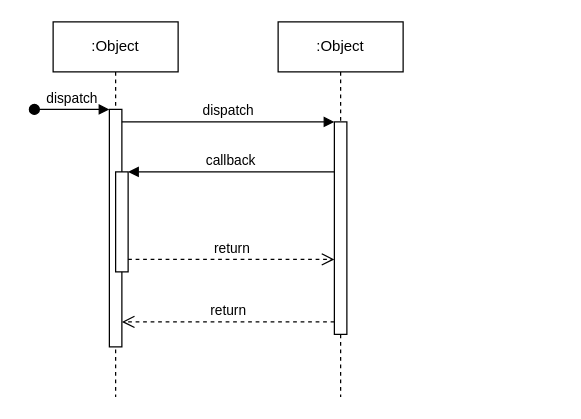
This is membership-system-uml/modern-token-authentication.drawio from doremi31618/Assets, a draw.io file, before an edit. Source tidied: cells renumbered, new cells numbered last; positions are measured from the earlier drawing's top-left corner, leaving out a move shared by most shapes. Both pictures are drawn from the tidied source at 125%, with x=0, y=0 at pixel (34, 21).
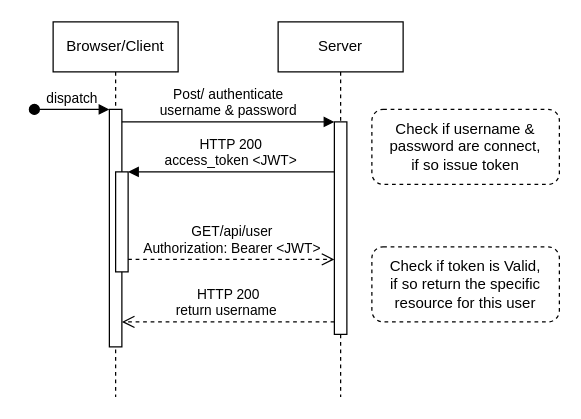
After the change.

What changed in the source:
```diff
@@
 <mxGraphModel>
   <root>
     <mxCell id="0" />
     <mxCell id="1" parent="0" />
-    <mxCell id="2" value=":Object" style="shape=umlLifeline;perimeter=lifelinePerimeter;whiteSpace=wrap;html=1;newEdgeStyle={&quot;edgeStyle&quot;:&quot;elbowEdgeStyle&quot;,&quot;elbow&quot;:&quot;vertical&quot;,&quot;curved&quot;:0,&quot;rounded&quot;:0};" parent="1" vertex="1">
+    <mxCell id="2" value="Browser/Client" style="shape=umlLifeline;perimeter=lifelinePerimeter;whiteSpace=wrap;html=1;newEdgeStyle={&quot;edgeStyle&quot;:&quot;elbowEdgeStyle&quot;,&quot;elbow&quot;:&quot;vertical&quot;,&quot;curved&quot;:0,&quot;rounded&quot;:0};" parent="1" vertex="1">
       <mxGeometry x="15" width="100" height="300" as="geometry" />
     </mxCell>
     <mxCell id="3" style="html=1;points=[];perimeter=orthogonalPerimeter;outlineConnect=0;targetShapes=umlLifeline;portConstraint=eastwest;newEdgeStyle={&quot;edgeStyle&quot;:&quot;elbowEdgeStyle&quot;,&quot;elbow&quot;:&quot;vertical&quot;,&quot;curved&quot;:0,&quot;rounded&quot;:0};" parent="2" vertex="1">
       <mxGeometry x="45" y="70" width="10" height="190" as="geometry" />
     </mxCell>
     <mxCell id="4" value="dispatch" style="html=1;verticalAlign=bottom;startArrow=oval;endArrow=block;startSize=8;edgeStyle=elbowEdgeStyle;elbow=vertical;curved=0;rounded=0;" parent="2" edge="1" target="3">
       <mxGeometry relative="1" as="geometry">
         <mxPoint x="-15" y="70" as="sourcePoint" />
       </mxGeometry>
     </mxCell>
     <mxCell id="5" style="html=1;points=[];perimeter=orthogonalPerimeter;outlineConnect=0;targetShapes=umlLifeline;portConstraint=eastwest;newEdgeStyle={&quot;edgeStyle&quot;:&quot;elbowEdgeStyle&quot;,&quot;elbow&quot;:&quot;vertical&quot;,&quot;curved&quot;:0,&quot;rounded&quot;:0};" parent="2" vertex="1">
       <mxGeometry x="50" y="120" width="10" height="80" as="geometry" />
     </mxCell>
-    <mxCell id="6" value=":Object" style="shape=umlLifeline;perimeter=lifelinePerimeter;whiteSpace=wrap;html=1;newEdgeStyle={&quot;edgeStyle&quot;:&quot;elbowEdgeStyle&quot;,&quot;elbow&quot;:&quot;vertical&quot;,&quot;curved&quot;:0,&quot;rounded&quot;:0};" parent="1" vertex="1">
+    <mxCell id="6" value="Server" style="shape=umlLifeline;perimeter=lifelinePerimeter;whiteSpace=wrap;html=1;newEdgeStyle={&quot;edgeStyle&quot;:&quot;elbowEdgeStyle&quot;,&quot;elbow&quot;:&quot;vertical&quot;,&quot;curved&quot;:0,&quot;rounded&quot;:0};" parent="1" vertex="1">
       <mxGeometry x="195" width="100" height="300" as="geometry" />
     </mxCell>
     <mxCell id="7" style="html=1;points=[];perimeter=orthogonalPerimeter;outlineConnect=0;targetShapes=umlLifeline;portConstraint=eastwest;newEdgeStyle={&quot;edgeStyle&quot;:&quot;elbowEdgeStyle&quot;,&quot;elbow&quot;:&quot;vertical&quot;,&quot;curved&quot;:0,&quot;rounded&quot;:0};" parent="6" vertex="1">
       <mxGeometry x="45" y="80" width="10" height="170" as="geometry" />
     </mxCell>
-    <mxCell id="8" value="dispatch" style="html=1;verticalAlign=bottom;endArrow=block;edgeStyle=elbowEdgeStyle;elbow=vertical;curved=0;rounded=0;" parent="1" edge="1" source="3" target="7">
+    <mxCell id="8" value="Post/ authenticate&lt;br&gt;username &amp;amp; password" style="html=1;verticalAlign=bottom;endArrow=block;edgeStyle=elbowEdgeStyle;elbow=vertical;curved=0;rounded=0;" parent="1" edge="1" source="3" target="7">
       <mxGeometry relative="1" as="geometry">
         <Array as="points">
           <mxPoint x="155" y="80" />
         </Array>
       </mxGeometry>
     </mxCell>
-    <mxCell id="9" value="return" style="html=1;verticalAlign=bottom;endArrow=open;dashed=1;endSize=8;edgeStyle=elbowEdgeStyle;elbow=vertical;curved=0;rounded=0;" parent="1" edge="1" source="7" target="3">
+    <mxCell id="9" value="HTTP 200&lt;br&gt;return username&amp;nbsp;" style="html=1;verticalAlign=bottom;endArrow=open;dashed=1;endSize=8;edgeStyle=elbowEdgeStyle;elbow=vertical;curved=0;rounded=0;" parent="1" edge="1" source="7" target="3">
       <mxGeometry relative="1" as="geometry">
         <Array as="points">
           <mxPoint x="165" y="240" />
         </Array>
       </mxGeometry>
     </mxCell>
-    <mxCell id="10" value="callback" style="html=1;verticalAlign=bottom;endArrow=block;edgeStyle=elbowEdgeStyle;elbow=vertical;curved=0;rounded=0;" parent="1" edge="1" source="7" target="5">
+    <mxCell id="10" value="HTTP 200&lt;br&gt;access_token &amp;lt;JWT&amp;gt;" style="html=1;verticalAlign=bottom;endArrow=block;edgeStyle=elbowEdgeStyle;elbow=vertical;curved=0;rounded=0;" parent="1" edge="1" source="7" target="5">
       <mxGeometry relative="1" as="geometry">
         <Array as="points">
           <mxPoint x="165" y="120" />
         </Array>
       </mxGeometry>
     </mxCell>
-    <mxCell id="11" value="return" style="html=1;verticalAlign=bottom;endArrow=open;dashed=1;endSize=8;edgeStyle=elbowEdgeStyle;elbow=vertical;curved=0;rounded=0;" parent="1" edge="1" source="5" target="7">
-      <mxGeometry relative="1" as="geometry">
+    <mxCell id="11" value="GET/api/user&lt;br&gt;Authorization: Bearer &amp;lt;JWT&amp;gt;" style="html=1;verticalAlign=bottom;endArrow=open;dashed=1;endSize=8;edgeStyle=elbowEdgeStyle;elbow=vertical;curved=0;rounded=0;" parent="1" edge="1" source="5" target="7">
+      <mxGeometry x="0.01" relative="1" as="geometry">
         <Array as="points">
           <mxPoint x="155" y="190" />
         </Array>
       </mxGeometry>
     </mxCell>
+    <mxCell id="12" value="Check if username &amp;amp;&lt;br&gt;password are connect, &lt;br&gt;if so issue token" style="rounded=1;whiteSpace=wrap;html=1;dashed=1;fillColor=none;" parent="1" vertex="1">
+      <mxGeometry x="270" y="70" width="150" height="60" as="geometry" />
+    </mxCell>
+    <mxCell id="13" value="Check if token is Valid,&lt;br&gt;if so return the specific resource for this user" style="rounded=1;whiteSpace=wrap;html=1;dashed=1;fillColor=none;" parent="1" vertex="1">
+      <mxGeometry x="270" y="180" width="150" height="60" as="geometry" />
+    </mxCell>
   </root>
 </mxGraphModel>
```
